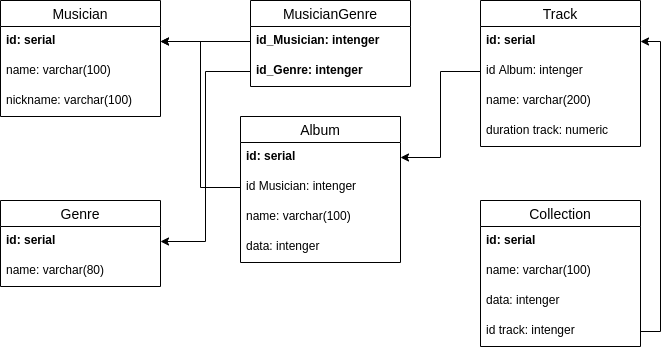
This is musicDB.png from MasterAdon/SQLPractic, a draw.io export, as it was before one commit. Source tidied: cells renumbered, new cells last; positions are measured from the earlier drawing's top-left corner, leaving out a move shared by most shapes.
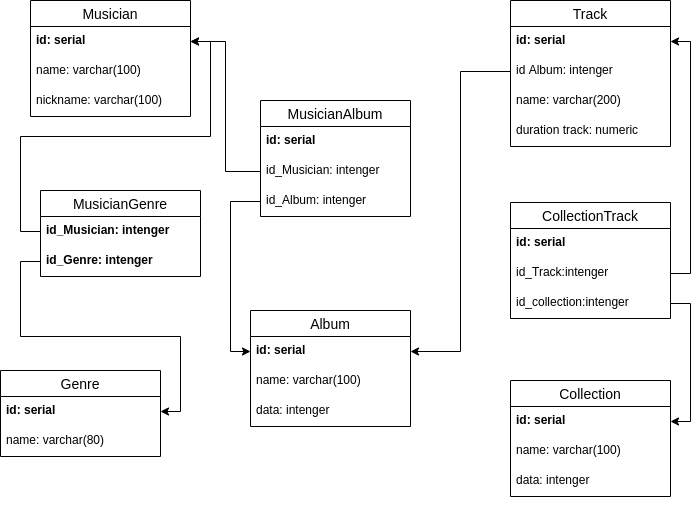
Above is the later version.

The edit, as a diff of the source:
```diff
@@ -15,19 +15,16 @@
       <mxGeometry y="86" width="160" height="30" as="geometry" />
     </mxCell>
     <mxCell id="6" value="Album" style="swimlane;fontStyle=0;horizontal=1;startSize=26;align=center;fontSize=14;" parent="1" vertex="1">
-      <mxGeometry x="240" y="116" width="160" height="146" as="geometry" />
+      <mxGeometry x="220" y="310" width="160" height="116" as="geometry" />
     </mxCell>
     <mxCell id="7" value="id: serial" style="text;strokeColor=none;fillColor=none;spacingLeft=4;spacingRight=4;overflow=hidden;points=[[0,0.5],[1,0.5]];portConstraint=eastwest;fontSize=12;fontStyle=1;" parent="6" vertex="1">
       <mxGeometry y="26" width="160" height="30" as="geometry" />
     </mxCell>
-    <mxCell id="8" value="id Musician: intenger" style="text;strokeColor=none;fillColor=none;spacingLeft=4;spacingRight=4;overflow=hidden;points=[[0,0.5],[1,0.5]];portConstraint=eastwest;fontSize=12;" parent="6" vertex="1">
-      <mxGeometry y="56" width="160" height="30" as="geometry" />
-    </mxCell>
     <mxCell id="9" value="name: varchar(100)&#10;" style="text;strokeColor=none;fillColor=none;spacingLeft=4;spacingRight=4;overflow=hidden;fontSize=12;" parent="6" vertex="1">
-      <mxGeometry y="86" width="160" height="30" as="geometry" />
+      <mxGeometry y="56" width="160" height="30" as="geometry" />
     </mxCell>
     <mxCell id="10" value="data: intenger&#10;" style="text;strokeColor=none;fillColor=none;spacingLeft=4;spacingRight=4;overflow=hidden;fontSize=12;" parent="6" vertex="1">
-      <mxGeometry y="116" width="160" height="30" as="geometry" />
+      <mxGeometry y="86" width="160" height="30" as="geometry" />
     </mxCell>
     <mxCell id="11" value="Track" style="swimlane;fontStyle=0;horizontal=1;startSize=26;align=center;fontSize=14;" parent="1" vertex="1">
       <mxGeometry x="480" width="160" height="146" as="geometry" />
@@ -45,7 +42,7 @@
       <mxGeometry y="116" width="160" height="30" as="geometry" />
     </mxCell>
     <mxCell id="16" value="Genre" style="swimlane;fontStyle=0;horizontal=1;startSize=26;align=center;fontSize=14;" parent="1" vertex="1">
-      <mxGeometry y="200" width="160" height="86" as="geometry" />
+      <mxGeometry x="-30" y="370" width="160" height="86" as="geometry" />
     </mxCell>
     <mxCell id="17" value="id: serial" style="text;strokeColor=none;fillColor=none;spacingLeft=4;spacingRight=4;overflow=hidden;points=[[0,0.5],[1,0.5]];portConstraint=eastwest;fontSize=12;fontStyle=1;" parent="16" vertex="1">
       <mxGeometry y="26" width="160" height="30" as="geometry" />
@@ -54,7 +51,7 @@
       <mxGeometry y="56" width="160" height="30" as="geometry" />
     </mxCell>
     <mxCell id="19" value="Collection" style="swimlane;fontStyle=0;horizontal=1;startSize=26;align=center;fontSize=14;" parent="1" vertex="1">
-      <mxGeometry x="480" y="200" width="160" height="146" as="geometry" />
+      <mxGeometry x="480" y="380" width="160" height="116" as="geometry" />
     </mxCell>
     <mxCell id="20" value="id: serial" style="text;strokeColor=none;fillColor=none;spacingLeft=4;spacingRight=4;overflow=hidden;points=[[0,0.5],[1,0.5]];portConstraint=eastwest;fontSize=12;fontStyle=1;" parent="19" vertex="1">
       <mxGeometry y="26" width="160" height="30" as="geometry" />
@@ -65,11 +62,8 @@
     <mxCell id="22" value="data: intenger&#10;" style="text;strokeColor=none;fillColor=none;spacingLeft=4;spacingRight=4;overflow=hidden;fontSize=12;" parent="19" vertex="1">
       <mxGeometry y="86" width="160" height="30" as="geometry" />
     </mxCell>
-    <mxCell id="23" value="id track: intenger&#10;" style="text;strokeColor=none;fillColor=none;spacingLeft=4;spacingRight=4;overflow=hidden;points=[[0,0.5],[1,0.5]];portConstraint=eastwest;fontSize=12;" parent="19" vertex="1">
-      <mxGeometry y="116" width="160" height="30" as="geometry" />
-    </mxCell>
     <mxCell id="24" value="MusicianGenre" style="swimlane;fontStyle=0;horizontal=1;startSize=26;align=center;fontSize=14;" parent="1" vertex="1">
-      <mxGeometry x="250" width="160" height="86" as="geometry" />
+      <mxGeometry x="10" y="190" width="160" height="86" as="geometry" />
     </mxCell>
     <mxCell id="25" value="id_Musician: intenger&#10;&#10;" style="text;strokeColor=none;fillColor=none;spacingLeft=4;spacingRight=4;overflow=hidden;points=[[0,0.5],[1,0.5]];portConstraint=eastwest;fontSize=12;fontStyle=1;" parent="24" vertex="1">
       <mxGeometry y="26" width="160" height="30" as="geometry" />
@@ -83,14 +77,50 @@
     <mxCell id="28" style="edgeStyle=orthogonalEdgeStyle;rounded=0;jettySize=auto;html=1;exitX=0;exitY=0.5;exitDx=0;exitDy=0;" parent="1" edge="1" source="25" target="3">
       <mxGeometry relative="1" as="geometry" />
     </mxCell>
-    <mxCell id="29" style="edgeStyle=orthogonalEdgeStyle;rounded=0;jettySize=auto;html=1;exitX=1;exitY=0.5;exitDx=0;exitDy=0;" parent="1" edge="1" source="23" target="12">
-      <mxGeometry relative="1" as="geometry" />
+    <mxCell id="29" style="edgeStyle=orthogonalEdgeStyle;rounded=0;orthogonalLoop=1;jettySize=auto;html=1;exitX=1;exitY=0.5;exitDx=0;exitDy=0;" parent="1" edge="1">
+      <mxGeometry relative="1" as="geometry">
+        <mxPoint x="640" y="511" as="sourcePoint" />
+        <mxPoint x="640" y="511" as="targetPoint" />
+      </mxGeometry>
     </mxCell>
     <mxCell id="30" style="edgeStyle=orthogonalEdgeStyle;rounded=0;jettySize=auto;html=1;exitX=0;exitY=0.5;exitDx=0;exitDy=0;" parent="1" edge="1" source="13" target="7">
       <mxGeometry relative="1" as="geometry" />
     </mxCell>
-    <mxCell id="31" style="edgeStyle=orthogonalEdgeStyle;rounded=0;jettySize=auto;html=1;exitX=0;exitY=0.5;exitDx=0;exitDy=0;" parent="1" edge="1" source="8" target="3">
-      <mxGeometry relative="1" as="geometry" />
-    </mxCell>
+    <mxCell id="32" value="CollectionTrack" style="swimlane;fontStyle=0;horizontal=1;startSize=26;align=center;fontSize=14;" parent="1" vertex="1">
+      <mxGeometry x="480" y="202" width="160" height="116" as="geometry" />
+    </mxCell>
+    <mxCell id="33" value="id: serial" style="text;strokeColor=none;fillColor=none;spacingLeft=4;spacingRight=4;overflow=hidden;fontSize=12;fontStyle=1;" parent="32" vertex="1">
+      <mxGeometry y="26" width="160" height="30" as="geometry" />
+    </mxCell>
+    <mxCell id="34" value="id_Track:intenger" style="text;strokeColor=none;fillColor=none;spacingLeft=4;spacingRight=4;overflow=hidden;points=[[0,0.5],[1,0.5]];portConstraint=eastwest;fontSize=12;" parent="32" vertex="1">
+      <mxGeometry y="56" width="160" height="30" as="geometry" />
+    </mxCell>
+    <mxCell id="35" value="id_collection:intenger&#10;" style="text;strokeColor=none;fillColor=none;spacingLeft=4;spacingRight=4;overflow=hidden;points=[[0,0.5],[1,0.5]];portConstraint=eastwest;fontSize=12;" parent="32" vertex="1">
+      <mxGeometry y="86" width="160" height="30" as="geometry" />
+    </mxCell>
+    <mxCell id="36" style="edgeStyle=orthogonalEdgeStyle;rounded=0;jettySize=auto;html=1;exitX=1;exitY=0.5;exitDx=0;exitDy=0;" parent="1" edge="1" source="35" target="20">
+      <mxGeometry relative="1" as="geometry" />
+    </mxCell>
+    <mxCell id="37" style="edgeStyle=orthogonalEdgeStyle;rounded=0;jettySize=auto;html=1;exitX=1;exitY=0.5;exitDx=0;exitDy=0;" parent="1" edge="1" source="34" target="12">
+      <mxGeometry relative="1" as="geometry" />
+    </mxCell>
+    <mxCell id="38" value="MusicianAlbum" style="swimlane;fontStyle=0;horizontal=1;startSize=26;align=center;fontSize=14;" parent="1" vertex="1">
+      <mxGeometry x="230" y="100" width="150" height="116" as="geometry" />
+    </mxCell>
+    <mxCell id="39" value="id: serial" style="text;strokeColor=none;fillColor=none;spacingLeft=4;spacingRight=4;overflow=hidden;fontSize=12;fontStyle=1;" parent="38" vertex="1">
+      <mxGeometry y="26" width="150" height="30" as="geometry" />
+    </mxCell>
+    <mxCell id="40" value="id_Musician: intenger" style="text;strokeColor=none;fillColor=none;spacingLeft=4;spacingRight=4;overflow=hidden;points=[[0,0.5],[1,0.5]];portConstraint=eastwest;fontSize=12;" parent="38" vertex="1">
+      <mxGeometry y="56" width="150" height="30" as="geometry" />
+    </mxCell>
+    <mxCell id="41" value="id_Album: intenger&#10;" style="text;strokeColor=none;fillColor=none;spacingLeft=4;spacingRight=4;overflow=hidden;points=[[0,0.5],[1,0.5]];portConstraint=eastwest;fontSize=12;" parent="38" vertex="1">
+      <mxGeometry y="86" width="150" height="30" as="geometry" />
+    </mxCell>
+    <mxCell id="42" style="edgeStyle=orthogonalEdgeStyle;rounded=0;jettySize=auto;html=1;entryX=0;entryY=0.5;entryDx=0;entryDy=0;" parent="1" edge="1" source="41" target="7">
+      <mxGeometry relative="1" as="geometry" />
+    </mxCell>
+    <mxCell id="43" style="edgeStyle=orthogonalEdgeStyle;rounded=0;jettySize=auto;html=1;exitX=0;exitY=0.5;exitDx=0;exitDy=0;" parent="1" edge="1" source="40" target="3">
+      <mxGeometry relative="1" as="geometry" />
+    </mxCell>
   </root>
 </mxGraphModel>
```
